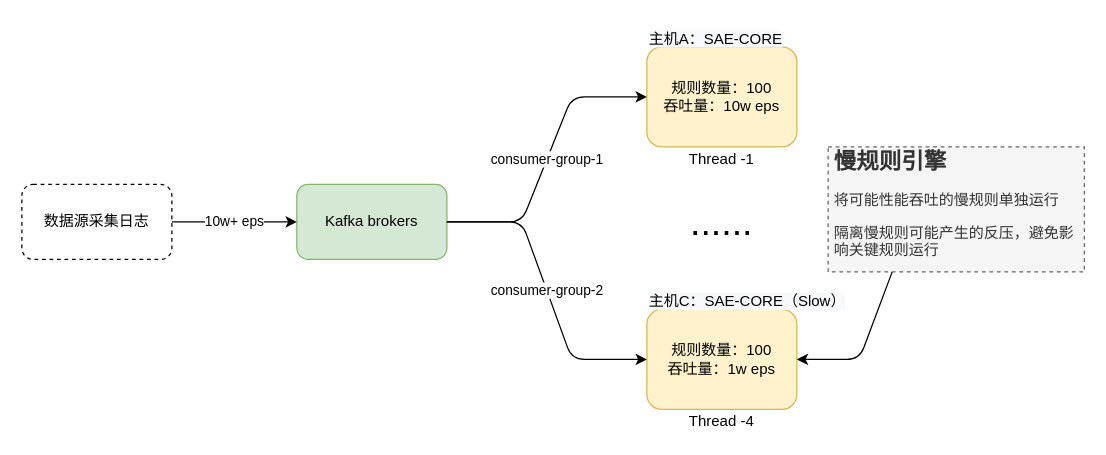
The draw.io diagram promotion-graph-3.drawio in popvlovs/popvlovs-repository, before the edit. Source tidied: cells renumbered, new cells numbered last; positions are measured from the earlier drawing's top-left corner, leaving out a move shared by most shapes. Both pictures are drawn from the tidied source at 125%, with x=0, y=0 at pixel (21, 21).
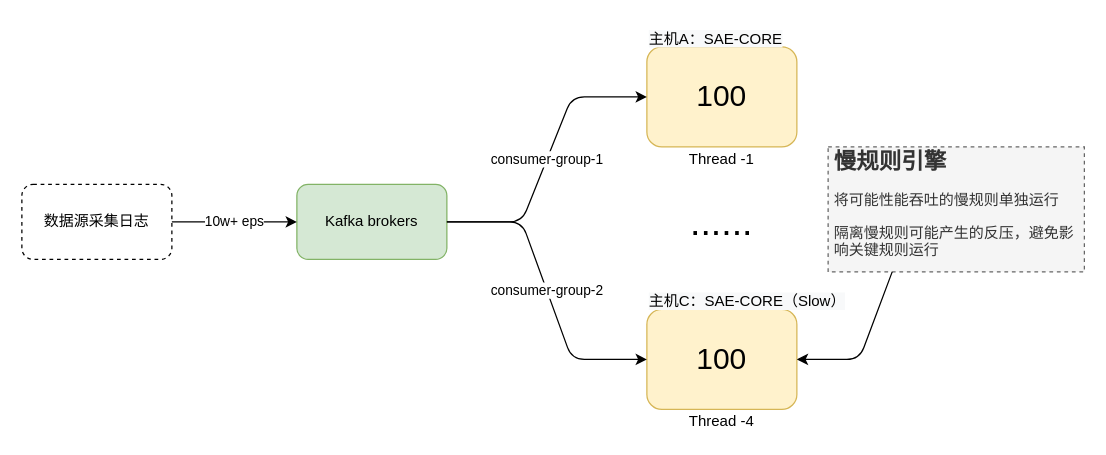
Above is the later version.

Diff of the diagram source:
```diff
@@
-    <mxCell id="3" value="规则数量：100&lt;br&gt;吞吐量：10w eps" style="rounded=1;whiteSpace=wrap;html=1;fillColor=#fff2cc;strokeColor=#d6b656;" parent="1" vertex="1">
+    <mxCell id="3" value="&lt;font style=&quot;font-size: 24px&quot;&gt;100&lt;/font&gt;" style="rounded=1;whiteSpace=wrap;html=1;fillColor=#fff2cc;strokeColor=#d6b656;" parent="1" vertex="1">
       <mxGeometry x="500" y="20" width="120" height="80" as="geometry" />
     </mxCell>
@@
-    <mxCell id="8" value="规则数量：100&lt;br&gt;吞吐量：1w eps" style="rounded=1;whiteSpace=wrap;html=1;fillColor=#fff2cc;strokeColor=#d6b656;" parent="1" vertex="1">
+    <mxCell id="8" value="&lt;font style=&quot;font-size: 24px&quot;&gt;100&lt;/font&gt;" style="rounded=1;whiteSpace=wrap;html=1;fillColor=#fff2cc;strokeColor=#d6b656;" parent="1" vertex="1">
       <mxGeometry x="500" y="230" width="120" height="80" as="geometry" />
     </mxCell>
```
